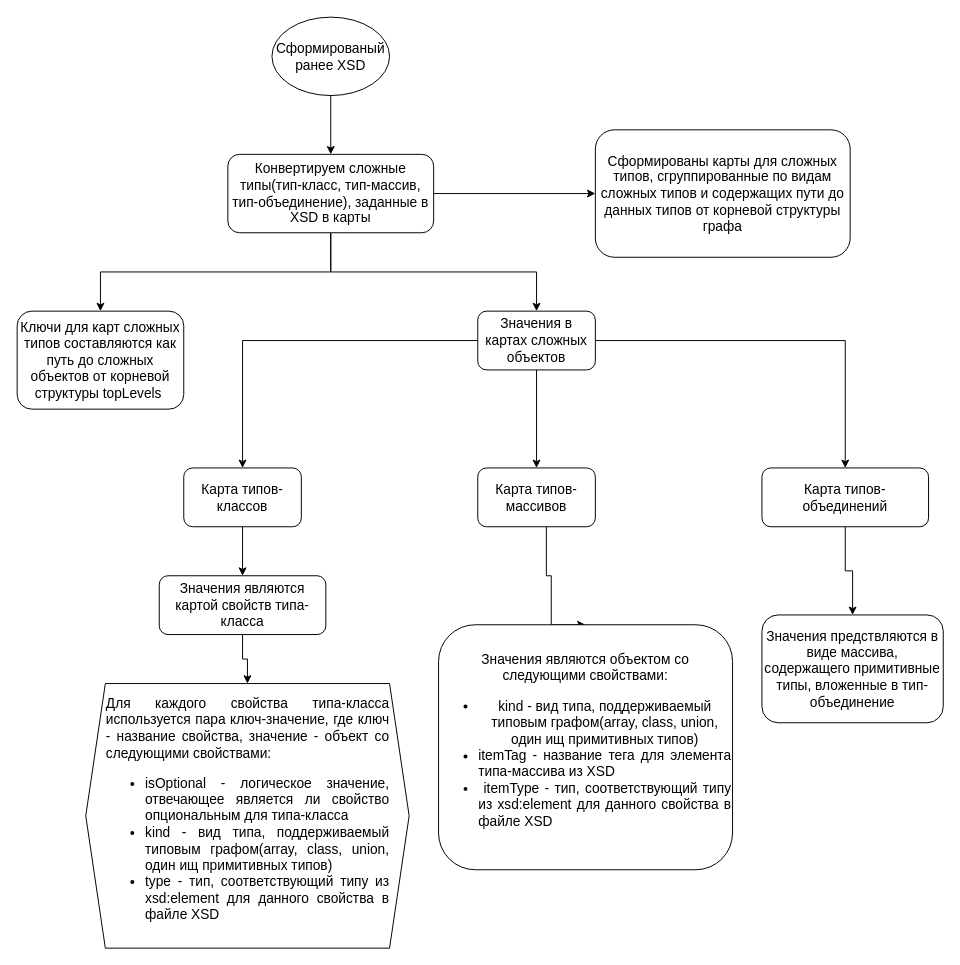
mrsadman99/quicktypeJsonToJsonSchema keeps this draw.io diagram as doc/Конвертация XSD в объект системы, содержащий структуру типов.drawio. Above is the earlier version. Source tidied: cells renumbered, new cells numbered last; positions are measured from the earlier drawing's top-left corner, leaving out a move shared by most shapes. Both pictures are drawn from the tidied source at 98%, with x=0, y=0 at pixel (17, 17).
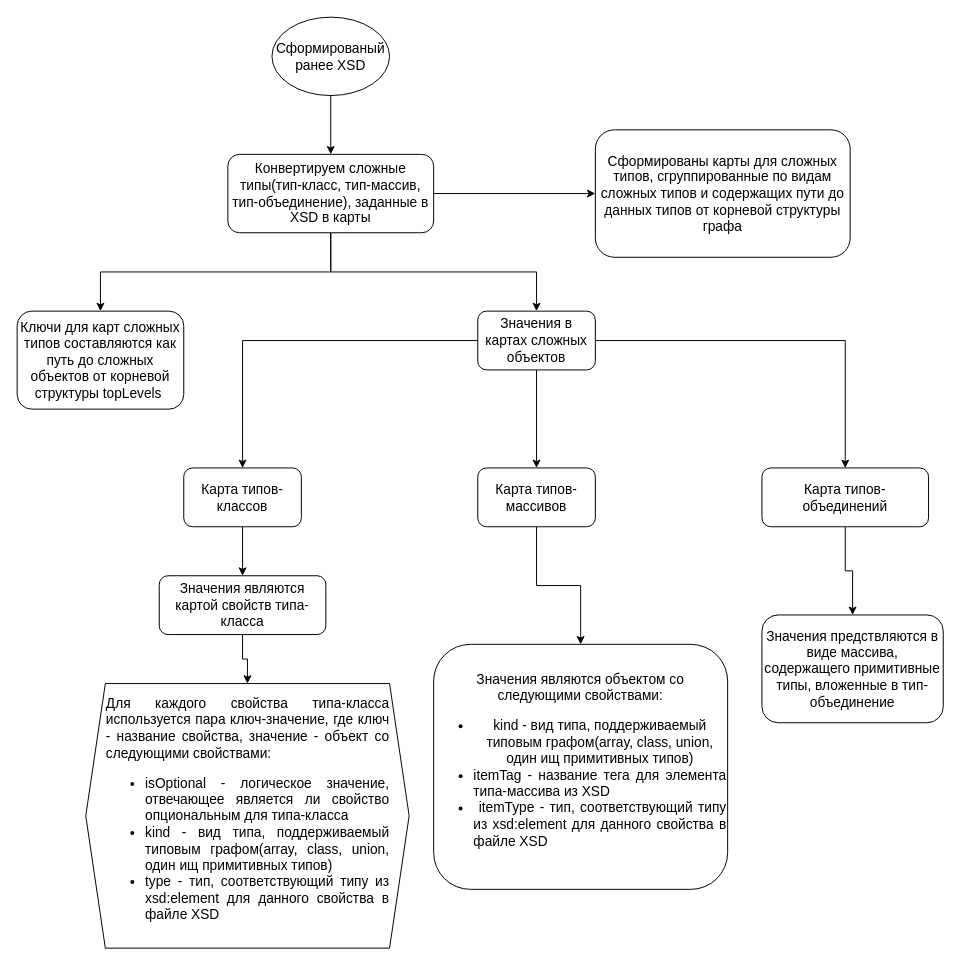
The same diagram, later.

The change refers to these unchanged cells:
```xml
<mxCell id="16" value="Карта типов-массивов" style="rounded=1;whiteSpace=wrap;html=1;fontSize=14;" parent="1" vertex="1">
  <mxGeometry x="470" y="460" width="120" height="60" as="geometry" />
</mxCell>
```

Change to the diagram source:
```diff
@@
-    <mxCell id="15" style="edgeStyle=orthogonalEdgeStyle;rounded=0;jettySize=auto;html=1;entryX=0.5;entryY=0;entryDx=0;entryDy=0;exitX=0.5;exitY=1;exitDx=0;exitDy=0;fontSize=14;" parent="1" edge="1" source="16" target="22">
-      <mxGeometry relative="1" as="geometry">
-        <Array as="points">
-          <mxPoint x="540" y="510" />
-          <mxPoint x="540" y="570" />
-          <mxPoint x="545" y="570" />
-        </Array>
-      </mxGeometry>
+    <mxCell id="15" style="edgeStyle=orthogonalEdgeStyle;rounded=0;jettySize=auto;html=1;entryX=0.5;entryY=0;entryDx=0;entryDy=0;" parent="1" edge="1" source="16" target="22">
+      <mxGeometry relative="1" as="geometry" />
     </mxCell>
@@
     <mxCell id="22" value="Значения являются объектом со следующими свойствами:&lt;div style=&quot;font-size: 14px;&quot;&gt;&lt;ul style=&quot;font-size: 14px;&quot;&gt;&lt;li style=&quot;font-size: 14px;&quot;&gt;kind -&amp;nbsp;&lt;span style=&quot;text-align: justify; font-size: 14px;&quot;&gt;вид типа, поддерживаемый типовым графом(array, class, union, один ищ примитивных типов)&lt;/span&gt;&lt;/li&gt;&lt;li style=&quot;text-align: justify; font-size: 14px;&quot;&gt;itemTag - название тега для элемента типа-массива из XSD&lt;/li&gt;&lt;li style=&quot;text-align: justify; font-size: 14px;&quot;&gt;&amp;nbsp;itemType - тип, соответствующий типу из xsd:element для данного свойства в файле XSD&lt;/li&gt;&lt;/ul&gt;&lt;/div&gt;" style="rounded=1;whiteSpace=wrap;html=1;fontSize=14;" parent="1" vertex="1">
-      <mxGeometry x="430" y="620" width="300" height="250" as="geometry" />
+      <mxGeometry x="425" y="640" width="300" height="250" as="geometry" />
     </mxCell>
```
